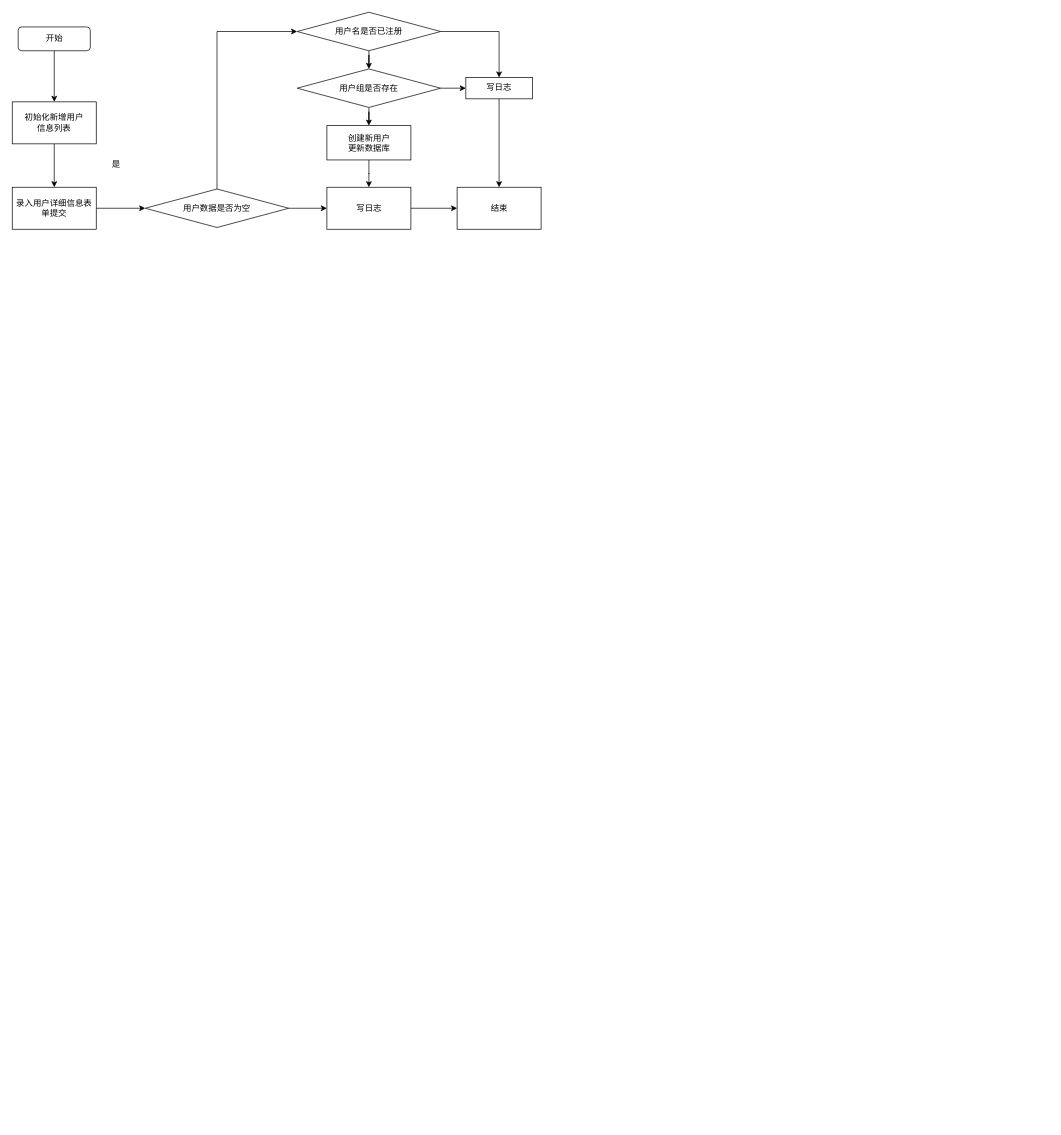
ZhihangTang/Cruise keeps this draw.io diagram as 程序逻辑流程图.drawio. Above is the earlier version. Source tidied: cells renumbered, new cells numbered last; positions are measured from the earlier drawing's top-left corner, leaving out a move shared by most shapes. Both pictures are drawn from the tidied source at 70%, with x=0, y=0 at pixel (12, 12).
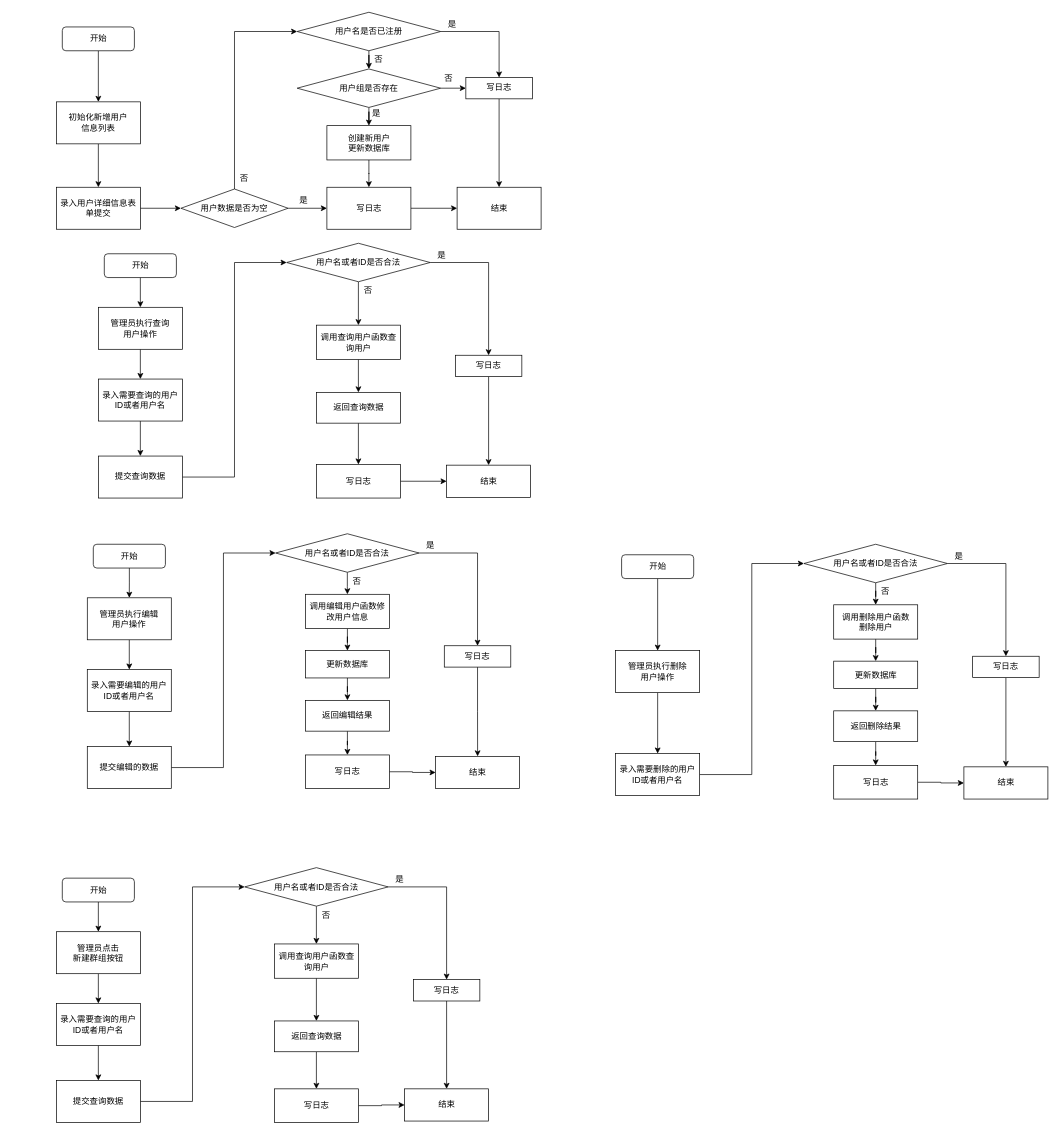
The same diagram, later.

Commit message (it also covers changes not shown here):
Update 程序逻辑流程图.drawio

The edit, as a diff of the source:
```diff
@@
     <mxCell id="3" value="开始" style="rounded=1;whiteSpace=wrap;html=1;" parent="1" vertex="1">
-      <mxGeometry x="8.5" y="21" width="103" height="34" as="geometry" />
+      <mxGeometry x="71.5" y="21" width="103" height="34" as="geometry" />
     </mxCell>
@@
     <mxCell id="5" value="初始化新增用户&lt;br&gt;信息列表" style="rounded=0;whiteSpace=wrap;html=1;" parent="1" vertex="1">
-      <mxGeometry y="128" width="120" height="60" as="geometry" />
+      <mxGeometry x="63" y="128" width="120" height="60" as="geometry" />
     </mxCell>
@@
     <mxCell id="7" value="录入用户详细信息表单提交" style="rounded=0;whiteSpace=wrap;html=1;" parent="1" vertex="1">
-      <mxGeometry y="250" width="120" height="60" as="geometry" />
+      <mxGeometry x="63" y="250" width="120" height="60" as="geometry" />
     </mxCell>
@@
     <mxCell id="10" value="用户数据是否为空" style="rhombus;whiteSpace=wrap;html=1;" parent="1" vertex="1">
-      <mxGeometry x="190" y="252.5" width="205" height="55" as="geometry" />
+      <mxGeometry x="241" y="252.5" width="153" height="55" as="geometry" />
     </mxCell>
@@
     <mxCell id="12" value="是" style="text;html=1;align=center;verticalAlign=middle;strokeColor=none;fillColor=none;" parent="1" vertex="1">
-      <mxGeometry x="136.5" y="208" width="22" height="18" as="geometry" />
+      <mxGeometry x="405" y="260" width="22" height="18" as="geometry" />
     </mxCell>
@@
+    <mxCell id="25" value="否" style="text;html=1;align=center;verticalAlign=middle;strokeColor=none;fillColor=none;" parent="1" vertex="1">
+      <mxGeometry x="320" y="229" width="22" height="18" as="geometry" />
+    </mxCell>
+    <mxCell id="26" value="否" style="text;html=1;align=center;verticalAlign=middle;strokeColor=none;fillColor=none;" parent="1" vertex="1">
+      <mxGeometry x="512" y="59" width="22" height="18" as="geometry" />
+    </mxCell>
+    <mxCell id="27" value="否" style="text;html=1;align=center;verticalAlign=middle;strokeColor=none;fillColor=none;" parent="1" vertex="1">
+      <mxGeometry x="612" y="86" width="22" height="18" as="geometry" />
+    </mxCell>
+    <mxCell id="28" value="是" style="text;html=1;align=center;verticalAlign=middle;strokeColor=none;fillColor=none;" parent="1" vertex="1">
+      <mxGeometry x="509" y="136" width="22" height="18" as="geometry" />
+    </mxCell>
+    <mxCell id="29" value="是" style="text;html=1;align=center;verticalAlign=middle;strokeColor=none;fillColor=none;" parent="1" vertex="1">
+      <mxGeometry x="617" y="8" width="22" height="18" as="geometry" />
+    </mxCell>
+    <mxCell id="30" style="edgeStyle=orthogonalEdgeStyle;rounded=0;jettySize=auto;html=1;" parent="1" edge="1" source="31" target="33">
+      <mxGeometry relative="1" as="geometry" />
+    </mxCell>
+    <mxCell id="31" value="开始" style="rounded=1;whiteSpace=wrap;html=1;" parent="1" vertex="1">
+      <mxGeometry x="131.5" y="345" width="103" height="34" as="geometry" />
+    </mxCell>
+    <mxCell id="32" style="edgeStyle=orthogonalEdgeStyle;rounded=0;jettySize=auto;html=1;" parent="1" edge="1" source="33" target="36">
+      <mxGeometry relative="1" as="geometry" />
+    </mxCell>
+    <mxCell id="33" value="管理员执行查询&lt;br&gt;用户操作" style="rounded=0;whiteSpace=wrap;html=1;" parent="1" vertex="1">
+      <mxGeometry x="123" y="421.5" width="120" height="60" as="geometry" />
+    </mxCell>
+    <mxCell id="34" style="edgeStyle=orthogonalEdgeStyle;rounded=0;jettySize=auto;html=1;exitX=1;exitY=0.5;exitDx=0;exitDy=0;entryX=0;entryY=0.5;entryDx=0;entryDy=0;" parent="1" edge="1" source="49" target="40">
+      <mxGeometry relative="1" as="geometry" />
+    </mxCell>
+    <mxCell id="35" style="edgeStyle=orthogonalEdgeStyle;rounded=0;jettySize=auto;html=1;" parent="1" edge="1" source="36" target="49">
+      <mxGeometry relative="1" as="geometry" />
+    </mxCell>
+    <mxCell id="36" value="录入需要查询的用户ID或者用户名" style="rounded=0;whiteSpace=wrap;html=1;" parent="1" vertex="1">
+      <mxGeometry x="123" y="524" width="120" height="60" as="geometry" />
+    </mxCell>
+    <mxCell id="37" value="结束" style="whiteSpace=wrap;html=1;" parent="1" vertex="1">
+      <mxGeometry x="620.5" y="647" width="120" height="46" as="geometry" />
+    </mxCell>
+    <mxCell id="38" style="edgeStyle=orthogonalEdgeStyle;rounded=0;jettySize=auto;html=1;entryX=0.5;entryY=0;entryDx=0;entryDy=0;" parent="1" edge="1" source="40" target="44">
+      <mxGeometry relative="1" as="geometry" />
+    </mxCell>
+    <mxCell id="39" style="edgeStyle=orthogonalEdgeStyle;rounded=0;jettySize=auto;html=1;exitX=1;exitY=0.5;exitDx=0;exitDy=0;entryX=0.5;entryY=0;entryDx=0;entryDy=0;" parent="1" edge="1" source="40" target="46">
+      <mxGeometry relative="1" as="geometry" />
+    </mxCell>
+    <mxCell id="40" value="用户名或者ID是否合法" style="rhombus;whiteSpace=wrap;html=1;" parent="1" vertex="1">
+      <mxGeometry x="392" y="330" width="205" height="55" as="geometry" />
+    </mxCell>
+    <mxCell id="41" style="edgeStyle=orthogonalEdgeStyle;rounded=0;jettySize=auto;html=1;exitX=1;exitY=0.5;exitDx=0;exitDy=0;entryX=0;entryY=0.5;entryDx=0;entryDy=0;" parent="1" edge="1" source="42" target="37">
+      <mxGeometry relative="1" as="geometry" />
+    </mxCell>
+    <mxCell id="42" value="写日志" style="whiteSpace=wrap;html=1;" parent="1" vertex="1">
+      <mxGeometry x="434.5" y="646" width="120" height="48" as="geometry" />
+    </mxCell>
+    <mxCell id="43" style="edgeStyle=orthogonalEdgeStyle;rounded=0;jettySize=auto;html=1;" parent="1" edge="1" source="44" target="51">
+      <mxGeometry relative="1" as="geometry" />
+    </mxCell>
+    <mxCell id="44" value="调用查询用户函数查询用户" style="whiteSpace=wrap;html=1;" parent="1" vertex="1">
+      <mxGeometry x="434.5" y="447" width="120" height="49" as="geometry" />
+    </mxCell>
+    <mxCell id="45" style="edgeStyle=orthogonalEdgeStyle;rounded=0;jettySize=auto;html=1;exitX=0.5;exitY=1;exitDx=0;exitDy=0;" parent="1" edge="1" source="46" target="37">
+      <mxGeometry relative="1" as="geometry" />
+    </mxCell>
+    <mxCell id="46" value="写日志" style="whiteSpace=wrap;html=1;" parent="1" vertex="1">
+      <mxGeometry x="633" y="490" width="95" height="30.5" as="geometry" />
+    </mxCell>
+    <mxCell id="47" value="否" style="text;html=1;align=center;verticalAlign=middle;strokeColor=none;fillColor=none;" parent="1" vertex="1">
+      <mxGeometry x="497" y="389" width="22" height="18" as="geometry" />
+    </mxCell>
+    <mxCell id="48" value="是" style="text;html=1;align=center;verticalAlign=middle;strokeColor=none;fillColor=none;" parent="1" vertex="1">
+      <mxGeometry x="602" y="338" width="22" height="18" as="geometry" />
+    </mxCell>
+    <mxCell id="49" value="提交查询数据" style="rounded=0;whiteSpace=wrap;html=1;" parent="1" vertex="1">
+      <mxGeometry x="123" y="634" width="120" height="60" as="geometry" />
+    </mxCell>
+    <mxCell id="50" style="edgeStyle=orthogonalEdgeStyle;rounded=0;jettySize=auto;html=1;exitX=0.5;exitY=1;exitDx=0;exitDy=0;" parent="1" edge="1" source="51" target="42">
+      <mxGeometry relative="1" as="geometry" />
+    </mxCell>
+    <mxCell id="51" value="返回查询数据" style="whiteSpace=wrap;html=1;" parent="1" vertex="1">
+      <mxGeometry x="434.5" y="543" width="120" height="44" as="geometry" />
+    </mxCell>
+    <mxCell id="52" style="edgeStyle=orthogonalEdgeStyle;rounded=0;jettySize=auto;html=1;" parent="1" edge="1" source="53" target="55">
+      <mxGeometry relative="1" as="geometry" />
+    </mxCell>
+    <mxCell id="53" value="开始" style="rounded=1;whiteSpace=wrap;html=1;" parent="1" vertex="1">
+      <mxGeometry x="71.5" y="1237" width="103" height="34" as="geometry" />
+    </mxCell>
+    <mxCell id="54" style="edgeStyle=orthogonalEdgeStyle;rounded=0;jettySize=auto;html=1;" parent="1" edge="1" source="55" target="58">
+      <mxGeometry relative="1" as="geometry" />
+    </mxCell>
+    <mxCell id="55" value="管理员点击&lt;br&gt;新建群组按钮" style="rounded=0;whiteSpace=wrap;html=1;" parent="1" vertex="1">
+      <mxGeometry x="63" y="1313.5" width="120" height="60" as="geometry" />
+    </mxCell>
+    <mxCell id="56" style="edgeStyle=orthogonalEdgeStyle;rounded=0;jettySize=auto;html=1;exitX=1;exitY=0.5;exitDx=0;exitDy=0;entryX=0;entryY=0.5;entryDx=0;entryDy=0;" parent="1" edge="1" source="71" target="62">
+      <mxGeometry relative="1" as="geometry" />
+    </mxCell>
+    <mxCell id="57" style="edgeStyle=orthogonalEdgeStyle;rounded=0;jettySize=auto;html=1;" parent="1" edge="1" source="58" target="71">
+      <mxGeometry relative="1" as="geometry" />
+    </mxCell>
+    <mxCell id="58" value="录入需要查询的用户ID或者用户名" style="rounded=0;whiteSpace=wrap;html=1;" parent="1" vertex="1">
+      <mxGeometry x="63" y="1416" width="120" height="60" as="geometry" />
+    </mxCell>
+    <mxCell id="59" value="结束" style="whiteSpace=wrap;html=1;" parent="1" vertex="1">
+      <mxGeometry x="560.5" y="1538" width="120" height="46" as="geometry" />
+    </mxCell>
+    <mxCell id="60" style="edgeStyle=orthogonalEdgeStyle;rounded=0;jettySize=auto;html=1;entryX=0.5;entryY=0;entryDx=0;entryDy=0;" parent="1" edge="1" source="62" target="66">
+      <mxGeometry relative="1" as="geometry" />
+    </mxCell>
+    <mxCell id="61" style="edgeStyle=orthogonalEdgeStyle;rounded=0;jettySize=auto;html=1;exitX=1;exitY=0.5;exitDx=0;exitDy=0;entryX=0.5;entryY=0;entryDx=0;entryDy=0;" parent="1" edge="1" source="62" target="68">
+      <mxGeometry relative="1" as="geometry" />
+    </mxCell>
+    <mxCell id="62" value="用户名或者ID是否合法" style="rhombus;whiteSpace=wrap;html=1;" parent="1" vertex="1">
+      <mxGeometry x="332" y="1222" width="205" height="55" as="geometry" />
+    </mxCell>
+    <mxCell id="63" style="edgeStyle=orthogonalEdgeStyle;rounded=0;jettySize=auto;html=1;exitX=1;exitY=0.5;exitDx=0;exitDy=0;entryX=0;entryY=0.5;entryDx=0;entryDy=0;" parent="1" edge="1" source="64" target="59">
+      <mxGeometry relative="1" as="geometry" />
+    </mxCell>
+    <mxCell id="64" value="写日志" style="whiteSpace=wrap;html=1;" parent="1" vertex="1">
+      <mxGeometry x="374.5" y="1538" width="120" height="48" as="geometry" />
+    </mxCell>
+    <mxCell id="65" style="edgeStyle=orthogonalEdgeStyle;rounded=0;jettySize=auto;html=1;" parent="1" edge="1" source="66" target="73">
+      <mxGeometry relative="1" as="geometry" />
+    </mxCell>
+    <mxCell id="66" value="调用查询用户函数查询用户" style="whiteSpace=wrap;html=1;" parent="1" vertex="1">
+      <mxGeometry x="374.5" y="1331" width="120" height="49" as="geometry" />
+    </mxCell>
+    <mxCell id="67" style="edgeStyle=orthogonalEdgeStyle;rounded=0;jettySize=auto;html=1;exitX=0.5;exitY=1;exitDx=0;exitDy=0;" parent="1" edge="1" source="68" target="59">
+      <mxGeometry relative="1" as="geometry" />
+    </mxCell>
+    <mxCell id="68" value="写日志" style="whiteSpace=wrap;html=1;" parent="1" vertex="1">
+      <mxGeometry x="573" y="1382" width="95" height="30.5" as="geometry" />
+    </mxCell>
+    <mxCell id="69" value="否" style="text;html=1;align=center;verticalAlign=middle;strokeColor=none;fillColor=none;" parent="1" vertex="1">
+      <mxGeometry x="437" y="1281" width="22" height="18" as="geometry" />
+    </mxCell>
+    <mxCell id="70" value="是" style="text;html=1;align=center;verticalAlign=middle;strokeColor=none;fillColor=none;" parent="1" vertex="1">
+      <mxGeometry x="542" y="1230" width="22" height="18" as="geometry" />
+    </mxCell>
+    <mxCell id="71" value="提交查询数据" style="rounded=0;whiteSpace=wrap;html=1;" parent="1" vertex="1">
+      <mxGeometry x="63" y="1526" width="120" height="60" as="geometry" />
+    </mxCell>
+    <mxCell id="72" style="edgeStyle=orthogonalEdgeStyle;rounded=0;jettySize=auto;html=1;exitX=0.5;exitY=1;exitDx=0;exitDy=0;" parent="1" edge="1" source="73" target="64">
+      <mxGeometry relative="1" as="geometry" />
+    </mxCell>
+    <mxCell id="73" value="返回查询数据" style="whiteSpace=wrap;html=1;" parent="1" vertex="1">
+      <mxGeometry x="374.5" y="1441" width="120" height="44" as="geometry" />
+    </mxCell>
+    <mxCell id="74" style="edgeStyle=orthogonalEdgeStyle;rounded=0;jettySize=auto;html=1;" parent="1" edge="1" source="75" target="77">
+      <mxGeometry relative="1" as="geometry" />
+    </mxCell>
+    <mxCell id="75" value="开始" style="rounded=1;whiteSpace=wrap;html=1;" parent="1" vertex="1">
+      <mxGeometry x="115.8" y="760" width="103" height="34" as="geometry" />
+    </mxCell>
+    <mxCell id="76" style="edgeStyle=orthogonalEdgeStyle;rounded=0;jettySize=auto;html=1;" parent="1" edge="1" source="77" target="80">
+      <mxGeometry relative="1" as="geometry" />
+    </mxCell>
+    <mxCell id="77" value="管理员执行编辑&lt;br&gt;用户操作" style="rounded=0;whiteSpace=wrap;html=1;" parent="1" vertex="1">
+      <mxGeometry x="107.2" y="836.5" width="120" height="60" as="geometry" />
+    </mxCell>
+    <mxCell id="78" style="edgeStyle=orthogonalEdgeStyle;rounded=0;jettySize=auto;html=1;exitX=1;exitY=0.5;exitDx=0;exitDy=0;entryX=0;entryY=0.5;entryDx=0;entryDy=0;" parent="1" edge="1" source="93" target="84">
+      <mxGeometry relative="1" as="geometry" />
+    </mxCell>
+    <mxCell id="79" style="edgeStyle=orthogonalEdgeStyle;rounded=0;jettySize=auto;html=1;" parent="1" edge="1" source="80" target="93">
+      <mxGeometry relative="1" as="geometry" />
+    </mxCell>
+    <mxCell id="80" value="录入需要编辑的用户ID或者用户名" style="rounded=0;whiteSpace=wrap;html=1;" parent="1" vertex="1">
+      <mxGeometry x="107.2" y="939" width="120" height="60" as="geometry" />
+    </mxCell>
+    <mxCell id="81" value="结束" style="whiteSpace=wrap;html=1;" parent="1" vertex="1">
+      <mxGeometry x="604.8" y="1063" width="120" height="46" as="geometry" />
+    </mxCell>
+    <mxCell id="82" style="edgeStyle=orthogonalEdgeStyle;rounded=0;jettySize=auto;html=1;entryX=0.5;entryY=0;entryDx=0;entryDy=0;" parent="1" edge="1" source="84" target="88">
+      <mxGeometry relative="1" as="geometry" />
+    </mxCell>
+    <mxCell id="83" style="edgeStyle=orthogonalEdgeStyle;rounded=0;jettySize=auto;html=1;exitX=1;exitY=0.5;exitDx=0;exitDy=0;entryX=0.5;entryY=0;entryDx=0;entryDy=0;" parent="1" edge="1" source="84" target="90">
+      <mxGeometry relative="1" as="geometry" />
+    </mxCell>
+    <mxCell id="84" value="用户名或者ID是否合法" style="rhombus;whiteSpace=wrap;html=1;" parent="1" vertex="1">
+      <mxGeometry x="376.2" y="745" width="205" height="55" as="geometry" />
+    </mxCell>
+    <mxCell id="85" style="edgeStyle=orthogonalEdgeStyle;rounded=0;jettySize=auto;html=1;exitX=1;exitY=0.5;exitDx=0;exitDy=0;entryX=0;entryY=0.5;entryDx=0;entryDy=0;" parent="1" edge="1" source="86" target="81">
+      <mxGeometry relative="1" as="geometry" />
+    </mxCell>
+    <mxCell id="86" value="写日志" style="whiteSpace=wrap;html=1;" parent="1" vertex="1">
+      <mxGeometry x="418.8" y="1061" width="120" height="48" as="geometry" />
+    </mxCell>
+    <mxCell id="87" style="edgeStyle=orthogonalEdgeStyle;rounded=0;jettySize=auto;html=1;" parent="1" edge="1" source="88" target="97">
+      <mxGeometry relative="1" as="geometry" />
+    </mxCell>
+    <mxCell id="88" value="调用编辑用户函数修改用户信息" style="whiteSpace=wrap;html=1;" parent="1" vertex="1">
+      <mxGeometry x="418.8" y="831.5" width="120" height="49" as="geometry" />
+    </mxCell>
+    <mxCell id="89" style="edgeStyle=orthogonalEdgeStyle;rounded=0;jettySize=auto;html=1;exitX=0.5;exitY=1;exitDx=0;exitDy=0;" parent="1" edge="1" source="90" target="81">
+      <mxGeometry relative="1" as="geometry" />
+    </mxCell>
+    <mxCell id="90" value="写日志" style="whiteSpace=wrap;html=1;" parent="1" vertex="1">
+      <mxGeometry x="617.2" y="905" width="95" height="30.5" as="geometry" />
+    </mxCell>
+    <mxCell id="91" value="否" style="text;html=1;align=center;verticalAlign=middle;strokeColor=none;fillColor=none;" parent="1" vertex="1">
+      <mxGeometry x="481.2" y="804" width="22" height="18" as="geometry" />
+    </mxCell>
+    <mxCell id="92" value="是" style="text;html=1;align=center;verticalAlign=middle;strokeColor=none;fillColor=none;" parent="1" vertex="1">
+      <mxGeometry x="586.2" y="753" width="22" height="18" as="geometry" />
+    </mxCell>
+    <mxCell id="93" value="提交编辑的数据" style="rounded=0;whiteSpace=wrap;html=1;" parent="1" vertex="1">
+      <mxGeometry x="107.2" y="1049" width="120" height="60" as="geometry" />
+    </mxCell>
+    <mxCell id="94" style="edgeStyle=orthogonalEdgeStyle;rounded=0;jettySize=auto;html=1;exitX=0.5;exitY=1;exitDx=0;exitDy=0;" parent="1" edge="1" source="95" target="86">
+      <mxGeometry relative="1" as="geometry" />
+    </mxCell>
+    <mxCell id="95" value="返回编辑结果" style="whiteSpace=wrap;html=1;" parent="1" vertex="1">
+      <mxGeometry x="418.8" y="983" width="120" height="44" as="geometry" />
+    </mxCell>
+    <mxCell id="96" style="edgeStyle=orthogonalEdgeStyle;rounded=0;jettySize=auto;html=1;" parent="1" edge="1" source="97" target="95">
+      <mxGeometry relative="1" as="geometry" />
+    </mxCell>
+    <mxCell id="97" value="更新数据库" style="whiteSpace=wrap;html=1;" parent="1" vertex="1">
+      <mxGeometry x="418.8" y="912" width="120" height="39" as="geometry" />
+    </mxCell>
+    <mxCell id="98" style="edgeStyle=orthogonalEdgeStyle;rounded=0;jettySize=auto;html=1;" parent="1" edge="1" source="99" target="101">
+      <mxGeometry relative="1" as="geometry" />
+    </mxCell>
+    <mxCell id="99" value="开始" style="rounded=1;whiteSpace=wrap;html=1;" parent="1" vertex="1">
+      <mxGeometry x="870.5" y="775" width="103" height="34" as="geometry" />
+    </mxCell>
+    <mxCell id="100" style="edgeStyle=orthogonalEdgeStyle;rounded=0;jettySize=auto;html=1;" parent="1" edge="1" source="101" target="103">
+      <mxGeometry relative="1" as="geometry" />
+    </mxCell>
+    <mxCell id="101" value="管理员执行删除&lt;br&gt;用户操作" style="rounded=0;whiteSpace=wrap;html=1;" parent="1" vertex="1">
+      <mxGeometry x="862" y="912" width="120" height="60" as="geometry" />
+    </mxCell>
+    <mxCell id="102" style="edgeStyle=orthogonalEdgeStyle;rounded=0;jettySize=auto;html=1;exitX=1;exitY=0.5;exitDx=0;exitDy=0;entryX=0;entryY=0.5;entryDx=0;entryDy=0;" parent="1" edge="1" source="103" target="107">
+      <mxGeometry relative="1" as="geometry" />
+    </mxCell>
+    <mxCell id="103" value="录入需要删除的用户ID或者用户名" style="rounded=0;whiteSpace=wrap;html=1;" parent="1" vertex="1">
+      <mxGeometry x="862" y="1059" width="120" height="60" as="geometry" />
+    </mxCell>
+    <mxCell id="104" value="结束" style="whiteSpace=wrap;html=1;" parent="1" vertex="1">
+      <mxGeometry x="1359.5" y="1078" width="120" height="46" as="geometry" />
+    </mxCell>
+    <mxCell id="105" style="edgeStyle=orthogonalEdgeStyle;rounded=0;jettySize=auto;html=1;entryX=0.5;entryY=0;entryDx=0;entryDy=0;" parent="1" edge="1" source="107" target="111">
+      <mxGeometry relative="1" as="geometry" />
+    </mxCell>
+    <mxCell id="106" style="edgeStyle=orthogonalEdgeStyle;rounded=0;jettySize=auto;html=1;exitX=1;exitY=0.5;exitDx=0;exitDy=0;entryX=0.5;entryY=0;entryDx=0;entryDy=0;" parent="1" edge="1" source="107" target="113">
+      <mxGeometry relative="1" as="geometry" />
+    </mxCell>
+    <mxCell id="107" value="用户名或者ID是否合法" style="rhombus;whiteSpace=wrap;html=1;" parent="1" vertex="1">
+      <mxGeometry x="1131" y="760" width="205" height="55" as="geometry" />
+    </mxCell>
+    <mxCell id="108" style="edgeStyle=orthogonalEdgeStyle;rounded=0;jettySize=auto;html=1;exitX=1;exitY=0.5;exitDx=0;exitDy=0;entryX=0;entryY=0.5;entryDx=0;entryDy=0;" parent="1" edge="1" source="109" target="104">
+      <mxGeometry relative="1" as="geometry" />
+    </mxCell>
+    <mxCell id="109" value="写日志" style="whiteSpace=wrap;html=1;" parent="1" vertex="1">
+      <mxGeometry x="1173.5" y="1076" width="120" height="48" as="geometry" />
+    </mxCell>
+    <mxCell id="110" style="edgeStyle=orthogonalEdgeStyle;rounded=0;jettySize=auto;html=1;" parent="1" edge="1" source="111" target="119">
+      <mxGeometry relative="1" as="geometry" />
+    </mxCell>
+    <mxCell id="111" value="调用删除用户函数&lt;br&gt;删除用户" style="whiteSpace=wrap;html=1;" parent="1" vertex="1">
+      <mxGeometry x="1173.5" y="846.5" width="120" height="49" as="geometry" />
+    </mxCell>
+    <mxCell id="112" style="edgeStyle=orthogonalEdgeStyle;rounded=0;jettySize=auto;html=1;exitX=0.5;exitY=1;exitDx=0;exitDy=0;" parent="1" edge="1" source="113" target="104">
+      <mxGeometry relative="1" as="geometry" />
+    </mxCell>
+    <mxCell id="113" value="写日志" style="whiteSpace=wrap;html=1;" parent="1" vertex="1">
+      <mxGeometry x="1372" y="920" width="95" height="30.5" as="geometry" />
+    </mxCell>
+    <mxCell id="114" value="否" style="text;html=1;align=center;verticalAlign=middle;strokeColor=none;fillColor=none;" parent="1" vertex="1">
+      <mxGeometry x="1236" y="819" width="22" height="18" as="geometry" />
+    </mxCell>
+    <mxCell id="115" value="是" style="text;html=1;align=center;verticalAlign=middle;strokeColor=none;fillColor=none;" parent="1" vertex="1">
+      <mxGeometry x="1341" y="768" width="22" height="18" as="geometry" />
+    </mxCell>
+    <mxCell id="116" style="edgeStyle=orthogonalEdgeStyle;rounded=0;jettySize=auto;html=1;exitX=0.5;exitY=1;exitDx=0;exitDy=0;" parent="1" edge="1" source="117" target="109">
+      <mxGeometry relative="1" as="geometry" />
+    </mxCell>
+    <mxCell id="117" value="返回删除结果" style="whiteSpace=wrap;html=1;" parent="1" vertex="1">
+      <mxGeometry x="1173.5" y="998" width="120" height="44" as="geometry" />
+    </mxCell>
+    <mxCell id="118" style="edgeStyle=orthogonalEdgeStyle;rounded=0;jettySize=auto;html=1;" parent="1" edge="1" source="119" target="117">
+      <mxGeometry relative="1" as="geometry" />
+    </mxCell>
+    <mxCell id="119" value="更新数据库" style="whiteSpace=wrap;html=1;" parent="1" vertex="1">
+      <mxGeometry x="1173.5" y="927" width="120" height="39" as="geometry" />
+    </mxCell>
```
